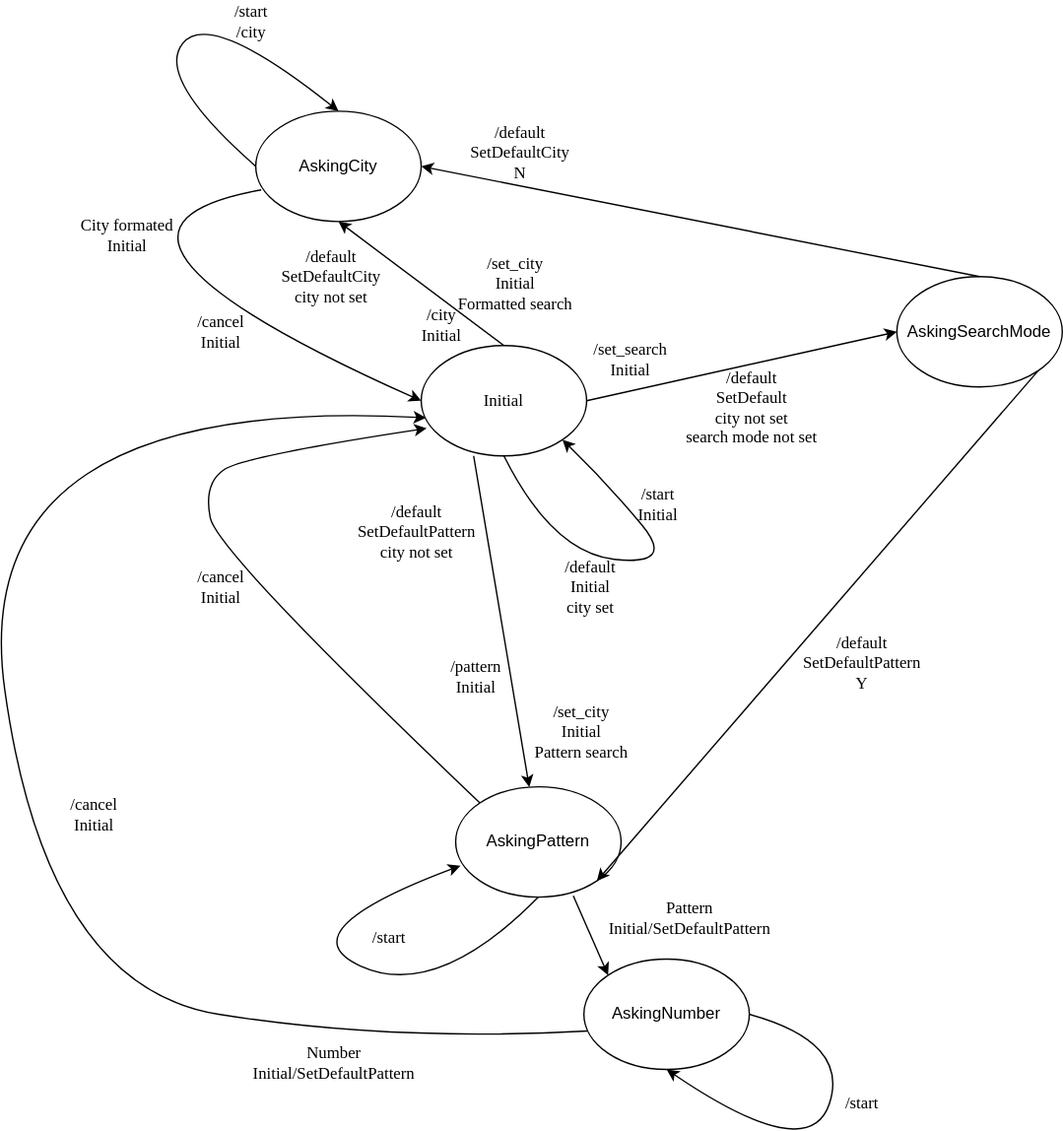
The draw.io diagram resources/weather_bot_rust.svg in pxp9/weather_bot_rust, before a commit. Source tidied: cells renumbered, new cells last; positions are measured from the earlier drawing's top-left corner, leaving out a move shared by most shapes.
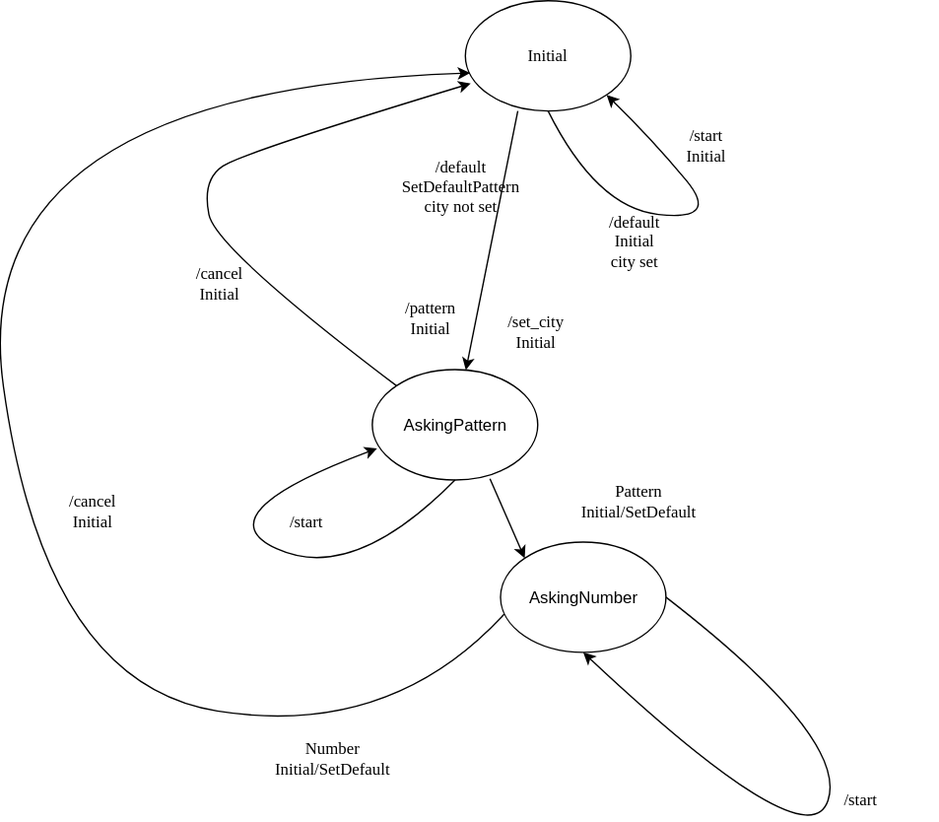
Later version of the same file.

Commit message:
Diagram corrected

What changed in the source:
```diff
@@ -3,173 +3,104 @@
     <mxCell id="0" />
     <mxCell id="1" parent="0" />
     <mxCell id="2" style="ellipse;whiteSpace=wrap;html=1;fontFamily=Hack;" parent="1" vertex="1">
-      <mxGeometry x="332" y="250" width="120" height="80" as="geometry" />
+      <mxGeometry x="437" y="-85" width="120" height="80" as="geometry" />
     </mxCell>
     <mxCell id="3" value="&lt;font face=&quot;Hack&quot;&gt;Initial&lt;/font&gt;" style="text;html=1;strokeColor=none;fillColor=none;align=center;verticalAlign=middle;whiteSpace=wrap;rounded=0;" parent="1" vertex="1">
-      <mxGeometry x="362" y="275" width="60" height="30" as="geometry" />
+      <mxGeometry x="467" y="-60" width="60" height="30" as="geometry" />
     </mxCell>
-    <mxCell id="4" style="ellipse;whiteSpace=wrap;html=1;fontFamily=Hack;" parent="1" vertex="1">
-      <mxGeometry x="212" y="80" width="120" height="80" as="geometry" />
-    </mxCell>
     <mxCell id="5" style="curved=1;endArrow=classic;html=1;rounded=0;fontFamily=Lucida Console;entryX=1;entryY=1;entryDx=0;entryDy=0;exitX=0.5;exitY=1;exitDx=0;exitDy=0;" parent="1" edge="1" source="2" target="2">
       <mxGeometry relative="1" as="geometry">
         <Array as="points">
-          <mxPoint x="427" y="400" />
-          <mxPoint x="517" y="410" />
-          <mxPoint x="467" y="350" />
+          <mxPoint x="532" y="65" />
+          <mxPoint x="622" y="75" />
+          <mxPoint x="572" y="15" />
         </Array>
       </mxGeometry>
     </mxCell>
     <mxCell id="6" value="/start&lt;br&gt;Initial" style="text;html=1;strokeColor=none;fillColor=none;align=center;verticalAlign=middle;whiteSpace=wrap;rounded=0;fontFamily=Lucida Console;" parent="1" vertex="1">
-      <mxGeometry x="474" y="350" width="60" height="30" as="geometry" />
+      <mxGeometry x="582" y="5" width="60" height="30" as="geometry" />
     </mxCell>
-    <mxCell id="7" style="endArrow=classic;html=1;rounded=0;fontFamily=Lucida Console;exitX=0.5;exitY=0;exitDx=0;exitDy=0;entryX=0.5;entryY=1;entryDx=0;entryDy=0;" parent="1" edge="1" source="2" target="4">
-      <mxGeometry relative="1" as="geometry" />
-    </mxCell>
-    <mxCell id="8" value="AskingCity" style="text;html=1;strokeColor=none;fillColor=none;align=center;verticalAlign=middle;whiteSpace=wrap;rounded=0;" parent="1" vertex="1">
-      <mxGeometry x="242" y="105" width="60" height="30" as="geometry" />
-    </mxCell>
-    <mxCell id="9" value="/city&lt;br&gt;Initial" style="text;html=1;strokeColor=none;fillColor=none;align=center;verticalAlign=middle;whiteSpace=wrap;rounded=0;fontFamily=Lucida Console;" parent="1" vertex="1">
-      <mxGeometry x="317" y="220" width="60" height="30" as="geometry" />
-    </mxCell>
     <mxCell id="10" value="/default&lt;br&gt;Initial&lt;br&gt;city set" style="text;html=1;strokeColor=none;fillColor=none;align=center;verticalAlign=middle;whiteSpace=wrap;rounded=0;fontFamily=Lucida Console;" parent="1" vertex="1">
-      <mxGeometry x="425" y="410" width="60" height="30" as="geometry" />
+      <mxGeometry x="530" y="75" width="60" height="30" as="geometry" />
     </mxCell>
     <mxCell id="11" style="ellipse;whiteSpace=wrap;html=1;fontFamily=Hack;" parent="1" vertex="1">
-      <mxGeometry x="357" y="570" width="120" height="80" as="geometry" />
+      <mxGeometry x="369.5" y="182.5" width="120" height="80" as="geometry" />
     </mxCell>
     <mxCell id="12" value="AskingPattern" style="text;html=1;strokeColor=none;fillColor=none;align=center;verticalAlign=middle;whiteSpace=wrap;rounded=0;" parent="1" vertex="1">
-      <mxGeometry x="387" y="595" width="60" height="30" as="geometry" />
+      <mxGeometry x="399.5" y="207.5" width="60" height="30" as="geometry" />
     </mxCell>
-    <mxCell id="13" style="ellipse;whiteSpace=wrap;html=1;fontFamily=Hack;" parent="1" vertex="1">
-      <mxGeometry x="677" y="200" width="120" height="80" as="geometry" />
-    </mxCell>
-    <mxCell id="14" value="AskingSearchMode" style="text;html=1;strokeColor=none;fillColor=none;align=center;verticalAlign=middle;whiteSpace=wrap;rounded=0;" parent="1" vertex="1">
-      <mxGeometry x="707" y="225" width="60" height="30" as="geometry" />
-    </mxCell>
-    <mxCell id="15" style="endArrow=classic;html=1;rounded=0;fontFamily=Lucida Console;entryX=0;entryY=0.5;entryDx=0;entryDy=0;exitX=1;exitY=0.5;exitDx=0;exitDy=0;" parent="1" edge="1" source="2" target="13">
-      <mxGeometry relative="1" as="geometry" />
-    </mxCell>
-    <mxCell id="16" value="/default&lt;br&gt;&lt;div&gt;SetDefault&lt;br&gt;city not set&lt;br&gt;&lt;/div&gt;search mode not set" style="text;html=1;strokeColor=none;fillColor=none;align=center;verticalAlign=middle;whiteSpace=wrap;rounded=0;fontFamily=Lucida Console;" parent="1" vertex="1">
-      <mxGeometry x="507" y="280" width="130" height="30" as="geometry" />
-    </mxCell>
     <mxCell id="17" style="endArrow=classic;html=1;rounded=0;fontFamily=Lucida Console;exitX=0.317;exitY=1;exitDx=0;exitDy=0;exitPerimeter=0;" parent="1" edge="1" source="2" target="11">
       <mxGeometry relative="1" as="geometry" />
     </mxCell>
     <mxCell id="18" value="/pattern&lt;br&gt;Initial" style="text;html=1;strokeColor=none;fillColor=none;align=center;verticalAlign=middle;whiteSpace=wrap;rounded=0;fontFamily=Lucida Console;" parent="1" vertex="1">
-      <mxGeometry x="342" y="475" width="60" height="30" as="geometry" />
+      <mxGeometry x="382" y="130" width="60" height="30" as="geometry" />
     </mxCell>
-    <mxCell id="19" value="/set_search&lt;br&gt;Initial" style="text;html=1;strokeColor=none;fillColor=none;align=center;verticalAlign=middle;whiteSpace=wrap;rounded=0;fontFamily=Lucida Console;" parent="1" vertex="1">
-      <mxGeometry x="454" y="245" width="60" height="30" as="geometry" />
-    </mxCell>
-    <mxCell id="20" style="endArrow=classic;html=1;rounded=0;fontFamily=Lucida Console;entryX=1;entryY=1;entryDx=0;entryDy=0;exitX=1;exitY=1;exitDx=0;exitDy=0;" parent="1" edge="1" source="13" target="11">
-      <mxGeometry relative="1" as="geometry" />
-    </mxCell>
-    <mxCell id="21" value="/default&lt;br&gt;SetDefaultPattern&lt;br&gt;&lt;div&gt;Y&lt;br&gt;&lt;/div&gt;" style="text;html=1;strokeColor=none;fillColor=none;align=center;verticalAlign=middle;whiteSpace=wrap;rounded=0;fontFamily=Lucida Console;" parent="1" vertex="1">
-      <mxGeometry x="597" y="465" width="110" height="30" as="geometry" />
-    </mxCell>
-    <mxCell id="22" style="endArrow=classic;html=1;rounded=0;fontFamily=Lucida Console;exitX=0.5;exitY=0;exitDx=0;exitDy=0;entryX=1;entryY=0.5;entryDx=0;entryDy=0;" parent="1" edge="1" source="13" target="4">
-      <mxGeometry relative="1" as="geometry" />
-    </mxCell>
-    <mxCell id="23" value="/default&lt;br&gt;SetDefaultCity&lt;br&gt;N" style="text;html=1;strokeColor=none;fillColor=none;align=center;verticalAlign=middle;whiteSpace=wrap;rounded=0;fontFamily=Lucida Console;" parent="1" vertex="1">
-      <mxGeometry x="349" y="95" width="110" height="30" as="geometry" />
-    </mxCell>
     <mxCell id="24" value="/default&lt;br&gt;&lt;div&gt;SetDefaultPattern&lt;br&gt;city not set&lt;br&gt;&lt;/div&gt;" style="text;html=1;strokeColor=none;fillColor=none;align=center;verticalAlign=middle;whiteSpace=wrap;rounded=0;fontFamily=Lucida Console;" parent="1" vertex="1">
-      <mxGeometry x="264" y="370" width="130" height="30" as="geometry" />
+      <mxGeometry x="369" y="35" width="130" height="30" as="geometry" />
     </mxCell>
-    <mxCell id="25" value="/default&lt;br&gt;&lt;div&gt;SetDefaultCity&lt;br&gt;city not set&lt;br&gt;&lt;/div&gt;" style="text;html=1;strokeColor=none;fillColor=none;align=center;verticalAlign=middle;whiteSpace=wrap;rounded=0;fontFamily=Lucida Console;" parent="1" vertex="1">
-      <mxGeometry x="202" y="185" width="130" height="30" as="geometry" />
-    </mxCell>
-    <mxCell id="26" style="curved=1;endArrow=classic;html=1;rounded=0;fontFamily=Lucida Console;entryX=0.5;entryY=0;entryDx=0;entryDy=0;exitX=0;exitY=0.5;exitDx=0;exitDy=0;" parent="1" edge="1" source="4" target="4">
-      <mxGeometry relative="1" as="geometry">
-        <Array as="points">
-          <mxPoint x="139" y="55.9" />
-          <mxPoint x="179" y="5.9" />
-        </Array>
-      </mxGeometry>
-    </mxCell>
-    <mxCell id="27" value="&lt;div&gt;/start&lt;br&gt;/city&lt;br&gt;&lt;/div&gt;" style="text;html=1;strokeColor=none;fillColor=none;align=center;verticalAlign=middle;whiteSpace=wrap;rounded=0;fontFamily=Lucida Console;" parent="1" vertex="1">
-      <mxGeometry x="154" width="110" height="30" as="geometry" />
-    </mxCell>
     <mxCell id="28" style="curved=1;endArrow=classic;html=1;rounded=0;fontFamily=Lucida Console;entryX=0.033;entryY=0.75;entryDx=0;entryDy=0;exitX=0;exitY=0;exitDx=0;exitDy=0;entryPerimeter=0;" parent="1" edge="1" source="11" target="2">
       <mxGeometry relative="1" as="geometry">
         <Array as="points">
-          <mxPoint x="184" y="400" />
-          <mxPoint x="174" y="350" />
-          <mxPoint x="204" y="330" />
+          <mxPoint x="256" y="95" />
+          <mxPoint x="246" y="45" />
+          <mxPoint x="276" y="25" />
         </Array>
       </mxGeometry>
     </mxCell>
-    <mxCell id="29" style="curved=1;endArrow=classic;html=1;rounded=0;fontFamily=Lucida Console;entryX=0;entryY=0.5;entryDx=0;entryDy=0;exitX=0.033;exitY=0.713;exitDx=0;exitDy=0;exitPerimeter=0;" parent="1" edge="1" source="4" target="2">
-      <mxGeometry relative="1" as="geometry">
-        <Array as="points">
-          <mxPoint x="54" y="166" />
-        </Array>
-      </mxGeometry>
-    </mxCell>
-    <mxCell id="30" value="/cancel&lt;br&gt;Initial" style="text;html=1;strokeColor=none;fillColor=none;align=center;verticalAlign=middle;whiteSpace=wrap;rounded=0;fontFamily=Lucida Console;" parent="1" vertex="1">
-      <mxGeometry x="132" y="225" width="110" height="30" as="geometry" />
-    </mxCell>
     <mxCell id="31" value="/cancel&lt;br&gt;Initial" style="text;html=1;strokeColor=none;fillColor=none;align=center;verticalAlign=middle;whiteSpace=wrap;rounded=0;fontFamily=Lucida Console;" parent="1" vertex="1">
-      <mxGeometry x="132" y="410" width="110" height="30" as="geometry" />
+      <mxGeometry x="204" y="105" width="110" height="30" as="geometry" />
     </mxCell>
-    <mxCell id="32" value="City formated&lt;br&gt;Initial" style="text;html=1;strokeColor=none;fillColor=none;align=center;verticalAlign=middle;whiteSpace=wrap;rounded=0;fontFamily=Lucida Console;" parent="1" vertex="1">
-      <mxGeometry x="64" y="155" width="110" height="30" as="geometry" />
-    </mxCell>
-    <mxCell id="33" value="Pattern&lt;br&gt;Initial/SetDefaultPattern" style="text;html=1;strokeColor=none;fillColor=none;align=center;verticalAlign=middle;whiteSpace=wrap;rounded=0;fontFamily=Lucida Console;" parent="1" vertex="1">
-      <mxGeometry x="447" y="650" width="160" height="30" as="geometry" />
+    <mxCell id="33" value="Pattern&lt;br&gt;Initial/SetDefault" style="text;html=1;strokeColor=none;fillColor=none;align=center;verticalAlign=middle;whiteSpace=wrap;rounded=0;fontFamily=Lucida Console;" parent="1" vertex="1">
+      <mxGeometry x="482.5" y="262.5" width="160" height="30" as="geometry" />
     </mxCell>
     <mxCell id="34" style="curved=1;endArrow=classic;html=1;rounded=0;fontFamily=Lucida Console;entryX=0.029;entryY=0.715;entryDx=0;entryDy=0;exitX=0.5;exitY=1;exitDx=0;exitDy=0;entryPerimeter=0;" parent="1" edge="1" source="11" target="11">
       <mxGeometry relative="1" as="geometry">
         <Array as="points">
-          <mxPoint x="343" y="725" />
-          <mxPoint x="233" y="675" />
+          <mxPoint x="355.5" y="337.5" />
+          <mxPoint x="245.5" y="287.5" />
         </Array>
       </mxGeometry>
     </mxCell>
     <mxCell id="35" value="&lt;div&gt;/start&lt;br&gt;&lt;/div&gt;" style="text;html=1;strokeColor=none;fillColor=none;align=center;verticalAlign=middle;whiteSpace=wrap;rounded=0;fontFamily=Lucida Console;" parent="1" vertex="1">
-      <mxGeometry x="254" y="665" width="110" height="30" as="geometry" />
+      <mxGeometry x="266.5" y="277.5" width="110" height="30" as="geometry" />
     </mxCell>
     <mxCell id="36" style="ellipse;whiteSpace=wrap;html=1;fontFamily=Lucida Console;" parent="1" vertex="1">
-      <mxGeometry x="450" y="695" width="120" height="80" as="geometry" />
+      <mxGeometry x="462.5" y="307.5" width="120" height="80" as="geometry" />
     </mxCell>
     <mxCell id="37" style="endArrow=classic;html=1;rounded=0;fontFamily=Lucida Console;exitX=0.711;exitY=0.989;exitDx=0;exitDy=0;exitPerimeter=0;entryX=0;entryY=0;entryDx=0;entryDy=0;" parent="1" edge="1" source="11" target="36">
       <mxGeometry relative="1" as="geometry" />
     </mxCell>
     <mxCell id="38" value="AskingNumber" style="text;html=1;strokeColor=none;fillColor=none;align=center;verticalAlign=middle;whiteSpace=wrap;rounded=0;" parent="1" vertex="1">
-      <mxGeometry x="480" y="720" width="60" height="30" as="geometry" />
+      <mxGeometry x="492.5" y="332.5" width="60" height="30" as="geometry" />
     </mxCell>
     <mxCell id="39" style="curved=1;endArrow=classic;html=1;rounded=0;fontFamily=Lucida Console;entryX=0.5;entryY=1;entryDx=0;entryDy=0;exitX=1;exitY=0.5;exitDx=0;exitDy=0;" parent="1" edge="1" source="36" target="36">
       <mxGeometry relative="1" as="geometry">
         <Array as="points">
-          <mxPoint x="643" y="755" />
-          <mxPoint x="613" y="845" />
+          <mxPoint x="715" y="450" />
+          <mxPoint x="685" y="540" />
         </Array>
       </mxGeometry>
     </mxCell>
     <mxCell id="40" value="&lt;div&gt;/start&lt;br&gt;&lt;/div&gt;" style="text;html=1;strokeColor=none;fillColor=none;align=center;verticalAlign=middle;whiteSpace=wrap;rounded=0;fontFamily=Lucida Console;" parent="1" vertex="1">
-      <mxGeometry x="597" y="785" width="110" height="30" as="geometry" />
+      <mxGeometry x="669" y="480" width="110" height="30" as="geometry" />
     </mxCell>
     <mxCell id="41" style="curved=1;endArrow=classic;html=1;rounded=0;fontFamily=Lucida Console;exitX=0.023;exitY=0.652;exitDx=0;exitDy=0;exitPerimeter=0;entryX=0.029;entryY=0.655;entryDx=0;entryDy=0;entryPerimeter=0;" parent="1" edge="1" source="36" target="2">
       <mxGeometry relative="1" as="geometry">
         <Array as="points">
-          <mxPoint x="310" y="755" />
-          <mxPoint x="60" y="715" />
-          <mxPoint y="285" />
+          <mxPoint x="382" y="450" />
+          <mxPoint x="132" y="410" />
+          <mxPoint x="72" y="-20" />
         </Array>
       </mxGeometry>
     </mxCell>
     <mxCell id="42" value="/cancel&lt;br&gt;Initial" style="text;html=1;strokeColor=none;fillColor=none;align=center;verticalAlign=middle;whiteSpace=wrap;rounded=0;fontFamily=Lucida Console;" parent="1" vertex="1">
-      <mxGeometry x="40" y="575" width="110" height="30" as="geometry" />
+      <mxGeometry x="112" y="270" width="110" height="30" as="geometry" />
     </mxCell>
-    <mxCell id="43" value="Number&lt;br&gt;Initial/SetDefaultPattern" style="text;html=1;strokeColor=none;fillColor=none;align=center;verticalAlign=middle;whiteSpace=wrap;rounded=0;fontFamily=Lucida Console;" parent="1" vertex="1">
-      <mxGeometry x="189" y="755" width="160" height="30" as="geometry" />
+    <mxCell id="43" value="Number&lt;br&gt;Initial/SetDefault" style="text;html=1;strokeColor=none;fillColor=none;align=center;verticalAlign=middle;whiteSpace=wrap;rounded=0;fontFamily=Lucida Console;" parent="1" vertex="1">
+      <mxGeometry x="261" y="450" width="160" height="30" as="geometry" />
     </mxCell>
-    <mxCell id="44" value="/set_city&lt;br&gt;&lt;div&gt;Initial&lt;/div&gt;&lt;div&gt;Pattern search&lt;br&gt;&lt;/div&gt;" style="text;html=1;strokeColor=none;fillColor=none;align=center;verticalAlign=middle;whiteSpace=wrap;rounded=0;fontFamily=Lucida Console;" parent="1" vertex="1">
-      <mxGeometry x="402" y="515" width="93" height="30" as="geometry" />
+    <mxCell id="44" value="/set_city&lt;br&gt;&lt;div&gt;Initial&lt;/div&gt;" style="text;html=1;strokeColor=none;fillColor=none;align=center;verticalAlign=middle;whiteSpace=wrap;rounded=0;fontFamily=Lucida Console;" parent="1" vertex="1">
+      <mxGeometry x="442" y="140" width="93" height="30" as="geometry" />
     </mxCell>
-    <mxCell id="45" value="/set_city&lt;br&gt;Initial&lt;br&gt;Formatted search" style="text;html=1;strokeColor=none;fillColor=none;align=center;verticalAlign=middle;whiteSpace=wrap;rounded=0;fontFamily=Lucida Console;" parent="1" vertex="1">
-      <mxGeometry x="349" y="190" width="103" height="30" as="geometry" />
-    </mxCell>
   </root>
 </mxGraphModel>
```
